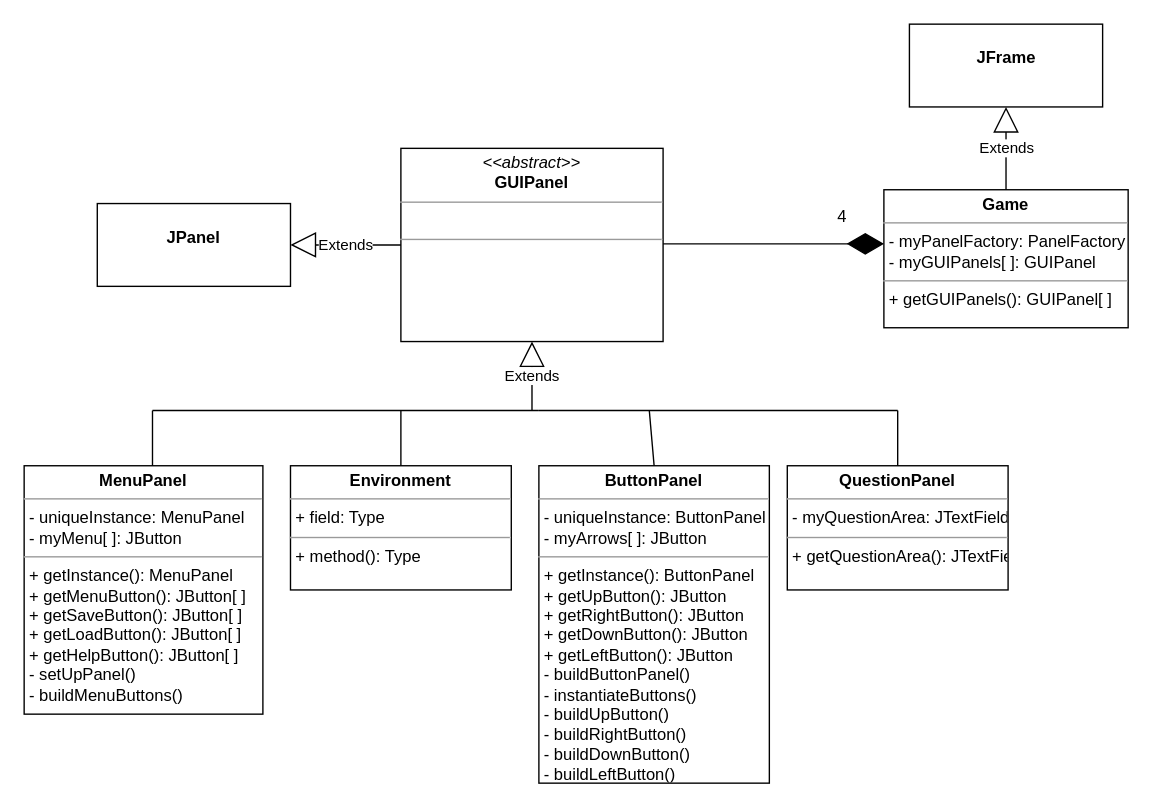
Before: view.drawio in Robert-0410/360GroupProject, a draw.io diagram. Source tidied: cells renumbered, new cells numbered last; positions are measured from the earlier drawing's top-left corner, leaving out a move shared by most shapes. Both pictures are drawn from the tidied source at 138%, with x=0, y=0 at pixel (23, 23).
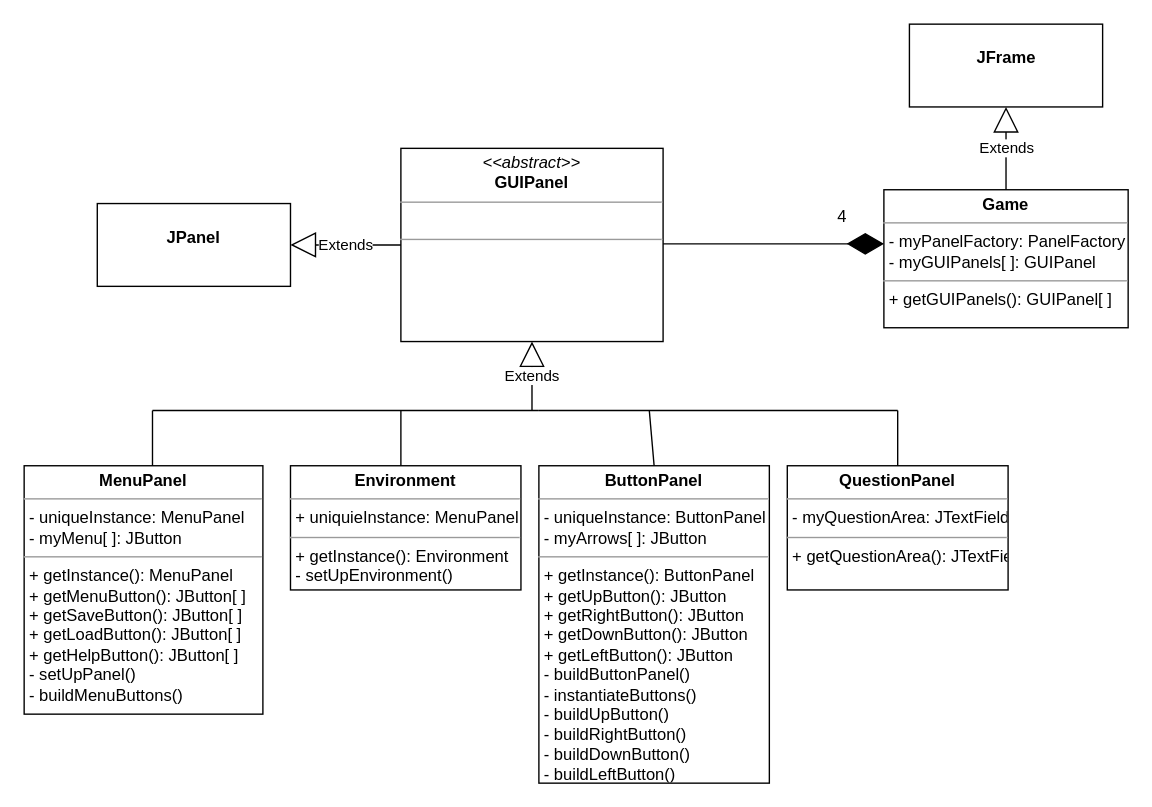
The same diagram, later.

Diff of the diagram source:
```diff
@@
-    <mxCell id="5" value="&lt;p style=&quot;margin: 0px ; margin-top: 4px ; text-align: center&quot;&gt;&lt;b&gt;Environment&lt;/b&gt;&lt;/p&gt;&lt;hr size=&quot;1&quot;&gt;&lt;p style=&quot;margin: 0px ; margin-left: 4px&quot;&gt;+ field: Type&lt;/p&gt;&lt;hr size=&quot;1&quot;&gt;&lt;p style=&quot;margin: 0px ; margin-left: 4px&quot;&gt;+ method(): Type&lt;/p&gt;" style="verticalAlign=top;align=left;overflow=fill;fontSize=12;fontFamily=Helvetica;html=1;" parent="1" vertex="1">
-      <mxGeometry x="193" y="320" width="160" height="90" as="geometry" />
+    <mxCell id="5" value="&lt;p style=&quot;margin: 0px ; margin-top: 4px ; text-align: center&quot;&gt;&lt;b&gt;Environment&lt;/b&gt;&lt;/p&gt;&lt;hr size=&quot;1&quot;&gt;&lt;p style=&quot;margin: 0px ; margin-left: 4px&quot;&gt;+ uniquieInstance: MenuPanel&lt;/p&gt;&lt;hr size=&quot;1&quot;&gt;&lt;p style=&quot;margin: 0px ; margin-left: 4px&quot;&gt;+ getInstance(): Environment&lt;/p&gt;&lt;p style=&quot;margin: 0px ; margin-left: 4px&quot;&gt;- setUpEnvironment()&lt;/p&gt;" style="verticalAlign=top;align=left;overflow=fill;fontSize=12;fontFamily=Helvetica;html=1;" parent="1" vertex="1">
+      <mxGeometry x="193" y="320" width="167" height="90" as="geometry" />
     </mxCell>
```
